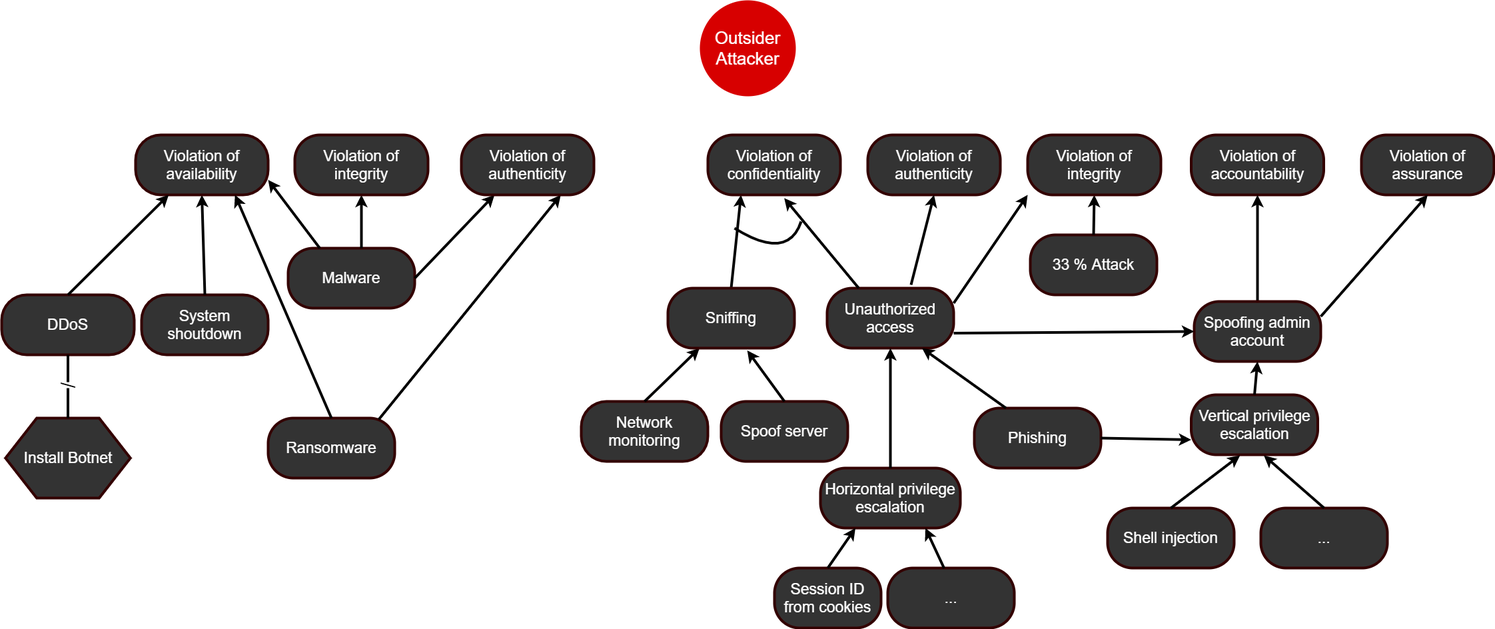
This is png/Outsider attack trees.png from marzdeveloper/SoftwareCybersecurity, a draw.io export, as it was before one commit. Source tidied: cells renumbered, new cells last; positions are measured from the earlier drawing's top-left corner, leaving out a move shared by most shapes.
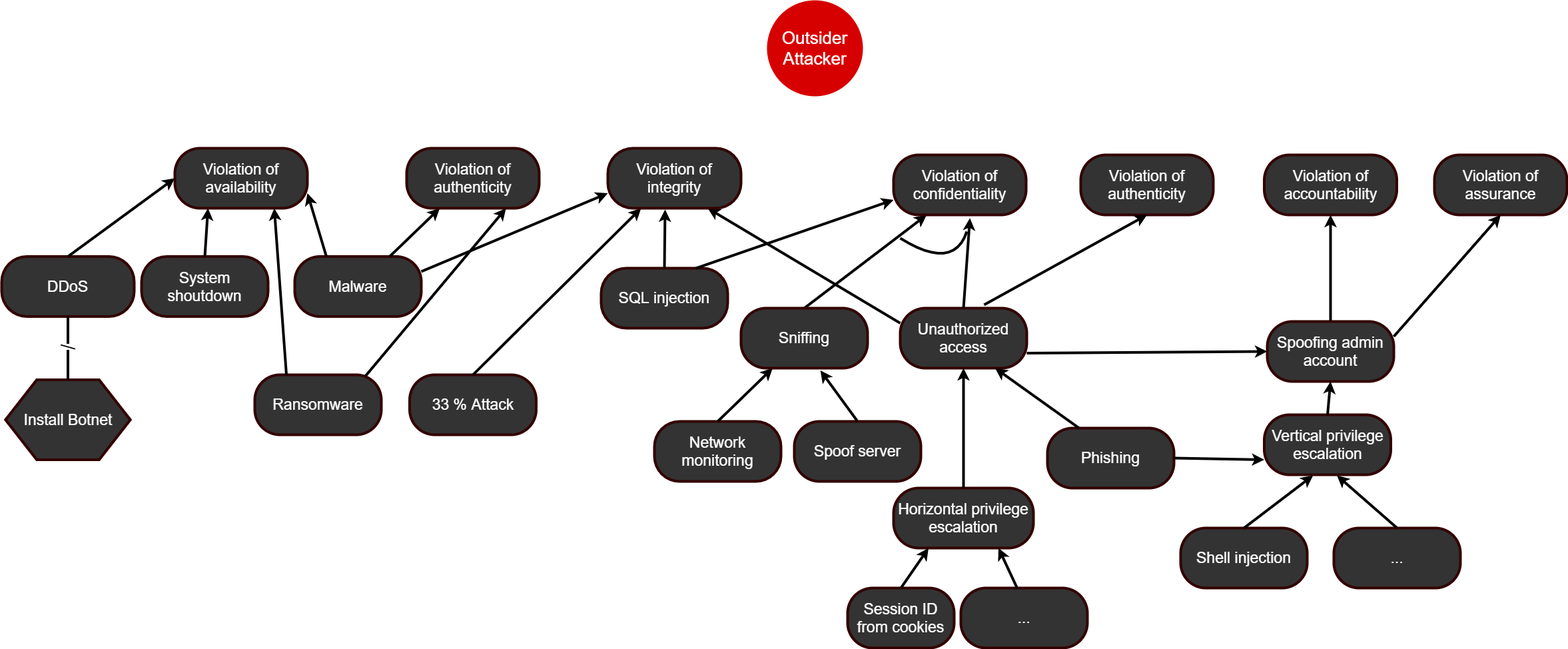
The same file after the commit.

Change to the diagram source:
```diff
@@ -3,10 +3,10 @@
     <mxCell id="0" />
     <mxCell id="1" parent="0" />
     <mxCell id="2" value="&lt;font color=&quot;#ffffff&quot; style=&quot;font-size: 26px&quot;&gt;Outsider&lt;br&gt;Attacker&lt;br&gt;&lt;/font&gt;" style="ellipse;whiteSpace=wrap;html=1;strokeColor=#D70000;strokeWidth=4;fillColor=#D70000;gradientColor=none;" parent="1" vertex="1">
-      <mxGeometry x="1050" width="140" height="140" as="geometry" />
+      <mxGeometry x="1041" y="-30" width="140" height="140" as="geometry" />
     </mxCell>
     <mxCell id="3" value="&lt;font color=&quot;#ffffff&quot; style=&quot;font-size: 23px&quot;&gt;Violation of authenticity&lt;/font&gt;" style="rounded=1;whiteSpace=wrap;html=1;strokeColor=#330000;strokeWidth=4;fillColor=#333333;gradientColor=none;arcSize=42;" parent="1" vertex="1">
-      <mxGeometry x="1300" y="200" width="199" height="90" as="geometry" />
+      <mxGeometry x="1510" y="200" width="199" height="90" as="geometry" />
     </mxCell>
     <mxCell id="4" value="&lt;font color=&quot;#ffffff&quot; style=&quot;font-size: 23px&quot;&gt;Violation of accountability&lt;/font&gt;" style="rounded=1;whiteSpace=wrap;html=1;strokeColor=#330000;strokeWidth=4;fillColor=#333333;gradientColor=none;arcSize=42;" parent="1" vertex="1">
       <mxGeometry x="1785.5" y="200" width="199" height="90" as="geometry" />
@@ -17,9 +17,9 @@
       </mxGeometry>
     </mxCell>
     <mxCell id="6" value="&lt;font color=&quot;#ffffff&quot;&gt;&lt;span style=&quot;font-size: 23px&quot;&gt;System shoutdown&lt;/span&gt;&lt;/font&gt;" style="rounded=1;whiteSpace=wrap;html=1;strokeColor=#330000;strokeWidth=4;fillColor=#333333;gradientColor=none;arcSize=42;" parent="1" vertex="1">
-      <mxGeometry x="210" y="440" width="190" height="90" as="geometry" />
+      <mxGeometry x="100" y="352.5" width="190" height="90" as="geometry" />
     </mxCell>
-    <mxCell id="7" style="endArrow=classic;html=1;strokeColor=#000000;strokeWidth=4;fontColor=#FFD966;entryX=0.5;entryY=1;entryDx=0;entryDy=0;exitX=0.5;exitY=0;exitDx=0;exitDy=0;" parent="1" edge="1" source="6" target="28">
+    <mxCell id="7" style="endArrow=classic;html=1;strokeColor=#000000;strokeWidth=4;fontColor=#FFD966;entryX=0.25;entryY=1;entryDx=0;entryDy=0;exitX=0.5;exitY=0;exitDx=0;exitDy=0;" parent="1" edge="1" source="6" target="28">
       <mxGeometry relative="1" as="geometry" />
     </mxCell>
     <mxCell id="8" value="&lt;font color=&quot;#ffffff&quot;&gt;&lt;span style=&quot;font-size: 23px&quot;&gt;Unauthorized access&lt;/span&gt;&lt;/font&gt;" style="rounded=1;whiteSpace=wrap;html=1;strokeColor=#330000;strokeWidth=4;fillColor=#333333;gradientColor=none;arcSize=42;" parent="1" vertex="1">
@@ -34,15 +34,15 @@
     <mxCell id="11" style="endArrow=classic;html=1;strokeColor=#000000;strokeWidth=4;fontColor=#FFD966;entryX=0.25;entryY=1;entryDx=0;entryDy=0;exitX=0.5;exitY=0;exitDx=0;exitDy=0;" parent="1" edge="1" source="54" target="52">
       <mxGeometry relative="1" as="geometry" />
     </mxCell>
-    <mxCell id="12" style="endArrow=classic;html=1;strokeColor=#000000;strokeWidth=4;fontColor=#FFD966;entryX=0;entryY=1;entryDx=0;entryDy=0;exitX=1;exitY=0.25;exitDx=0;exitDy=0;" parent="1" edge="1" source="8" target="53">
+    <mxCell id="12" style="endArrow=classic;html=1;strokeColor=#000000;strokeWidth=4;fontColor=#FFD966;entryX=0.75;entryY=1;entryDx=0;entryDy=0;exitX=0;exitY=0.25;exitDx=0;exitDy=0;" parent="1" edge="1" source="8" target="53">
       <mxGeometry relative="1" as="geometry" />
     </mxCell>
     <mxCell id="13" style="endArrow=none;html=1;strokeColor=#000000;strokeWidth=4;fontColor=#FFD966;curved=1;" parent="1" edge="1">
       <mxGeometry relative="1" as="geometry">
-        <mxPoint x="1100" y="340" as="sourcePoint" />
-        <mxPoint x="1200" y="330" as="targetPoint" />
+        <mxPoint x="1239" y="325" as="sourcePoint" />
+        <mxPoint x="1339" y="315" as="targetPoint" />
         <Array as="points">
-          <mxPoint x="1180" y="390" />
+          <mxPoint x="1319" y="375" />
         </Array>
       </mxGeometry>
     </mxCell>
@@ -89,24 +89,24 @@
       <mxGeometry relative="1" as="geometry" />
     </mxCell>
     <mxCell id="28" value="&lt;font color=&quot;#ffffff&quot; style=&quot;font-size: 23px&quot;&gt;Violation of availability&lt;/font&gt;" style="rounded=1;whiteSpace=wrap;html=1;strokeColor=#330000;strokeWidth=4;fillColor=#333333;gradientColor=none;arcSize=42;" parent="1" vertex="1">
-      <mxGeometry x="201" y="200" width="199" height="90" as="geometry" />
+      <mxGeometry x="150" y="190" width="199" height="90" as="geometry" />
     </mxCell>
     <mxCell id="29" value="&lt;font color=&quot;#ffffff&quot; style=&quot;font-size: 23px&quot;&gt;DDoS&lt;/font&gt;" style="rounded=1;whiteSpace=wrap;html=1;strokeColor=#330000;strokeWidth=4;fillColor=#333333;gradientColor=none;arcSize=42;" parent="1" vertex="1">
-      <mxGeometry y="440" width="199" height="90" as="geometry" />
+      <mxGeometry x="-110" y="352.5" width="199" height="90" as="geometry" />
     </mxCell>
-    <mxCell id="30" style="endArrow=classic;html=1;strokeColor=#000000;strokeWidth=4;fontColor=#FFD966;exitX=0.5;exitY=0;exitDx=0;exitDy=0;entryX=0.25;entryY=1;entryDx=0;entryDy=0;" parent="1" edge="1" source="29" target="28">
+    <mxCell id="30" style="endArrow=classic;html=1;strokeColor=#000000;strokeWidth=4;fontColor=#FFD966;exitX=0.5;exitY=0;exitDx=0;exitDy=0;entryX=0;entryY=0.5;entryDx=0;entryDy=0;" parent="1" edge="1" source="29" target="28">
       <mxGeometry relative="1" as="geometry" />
     </mxCell>
     <mxCell id="31" value="&lt;font style=&quot;font-size: 23px&quot;&gt;Install Botnet&lt;/font&gt;" style="shape=hexagon;perimeter=hexagonPerimeter2;whiteSpace=wrap;html=1;fillColor=#333333;fontColor=#FFFFFF;rounded=0;strokeWidth=4;strokeColor=#330000;" parent="1" vertex="1">
-      <mxGeometry x="5.8" y="625" width="187.5" height="120" as="geometry" />
+      <mxGeometry x="-104.2" y="537.5" width="187.5" height="120" as="geometry" />
     </mxCell>
     <mxCell id="32" value="/" style="endArrow=none;html=1;fontColor=#000000;exitX=0.5;exitY=0;exitDx=0;exitDy=0;entryX=0.5;entryY=1;entryDx=0;entryDy=0;strokeWidth=4;horizontal=0;fontSize=30;" parent="1" edge="1" source="31" target="29">
       <mxGeometry relative="1" as="geometry" />
     </mxCell>
     <mxCell id="33" value="&lt;font color=&quot;#ffffff&quot;&gt;&lt;span style=&quot;font-size: 23px&quot;&gt;33 % Attack&lt;/span&gt;&lt;/font&gt;" style="rounded=1;whiteSpace=wrap;html=1;strokeColor=#330000;strokeWidth=4;fillColor=#333333;gradientColor=none;arcSize=42;" parent="1" vertex="1">
-      <mxGeometry x="1544" y="350" width="190" height="90" as="geometry" />
+      <mxGeometry x="502.5" y="530" width="190" height="90" as="geometry" />
     </mxCell>
-    <mxCell id="34" style="endArrow=classic;html=1;strokeColor=#000000;strokeWidth=4;fontColor=#FFD966;entryX=0.5;entryY=1;entryDx=0;entryDy=0;exitX=0.5;exitY=0;exitDx=0;exitDy=0;" parent="1" edge="1" source="33" target="53">
+    <mxCell id="34" style="endArrow=classic;html=1;strokeColor=#000000;strokeWidth=4;fontColor=#FFD966;entryX=0.25;entryY=1;entryDx=0;entryDy=0;exitX=0.5;exitY=0;exitDx=0;exitDy=0;" parent="1" edge="1" source="33" target="53">
       <mxGeometry relative="1" as="geometry" />
     </mxCell>
     <mxCell id="35" value="&lt;font color=&quot;#ffffff&quot;&gt;&lt;span style=&quot;font-size: 23px&quot;&gt;Vertical privilege escalation&lt;/span&gt;&lt;/font&gt;" style="rounded=1;whiteSpace=wrap;html=1;strokeColor=#330000;strokeWidth=4;fillColor=#333333;gradientColor=none;arcSize=42;" parent="1" vertex="1">
@@ -128,26 +128,24 @@
       <mxGeometry relative="1" as="geometry" />
     </mxCell>
     <mxCell id="41" value="&lt;font color=&quot;#ffffff&quot;&gt;&lt;span style=&quot;font-size: 23px&quot;&gt;Malware&lt;/span&gt;&lt;/font&gt;" style="rounded=1;whiteSpace=wrap;html=1;strokeColor=#330000;strokeWidth=4;fillColor=#333333;gradientColor=none;arcSize=42;" parent="1" vertex="1">
-      <mxGeometry x="430" y="370" width="190" height="90" as="geometry" />
+      <mxGeometry x="330" y="352.5" width="190" height="90" as="geometry" />
     </mxCell>
     <mxCell id="42" value="&lt;font color=&quot;#ffffff&quot;&gt;&lt;span style=&quot;font-size: 23px&quot;&gt;Ransomware&lt;/span&gt;&lt;/font&gt;" style="rounded=1;whiteSpace=wrap;html=1;strokeColor=#330000;strokeWidth=4;fillColor=#333333;gradientColor=none;arcSize=42;" parent="1" vertex="1">
-      <mxGeometry x="400" y="625" width="190" height="90" as="geometry" />
+      <mxGeometry x="270" y="530" width="190" height="90" as="geometry" />
     </mxCell>
-    <mxCell id="43" style="endArrow=classic;html=1;strokeColor=#000000;strokeWidth=4;fontColor=#FFD966;entryX=0.5;entryY=1;entryDx=0;entryDy=0;" parent="1" edge="1" target="55">
-      <mxGeometry relative="1" as="geometry">
-        <mxPoint x="540" y="370" as="sourcePoint" />
-      </mxGeometry>
+    <mxCell id="43" style="endArrow=classic;html=1;strokeColor=#000000;strokeWidth=4;fontColor=#FFD966;entryX=0;entryY=0.75;entryDx=0;entryDy=0;exitX=1;exitY=0.25;exitDx=0;exitDy=0;" parent="1" edge="1" source="41" target="53">
+      <mxGeometry relative="1" as="geometry" />
     </mxCell>
     <mxCell id="44" style="endArrow=classic;html=1;strokeColor=#000000;strokeWidth=4;fontColor=#FFD966;exitX=0.25;exitY=0;exitDx=0;exitDy=0;entryX=1;entryY=0.75;entryDx=0;entryDy=0;" parent="1" edge="1" source="41" target="28">
       <mxGeometry relative="1" as="geometry" />
     </mxCell>
-    <mxCell id="45" style="endArrow=classic;html=1;strokeColor=#000000;strokeWidth=4;fontColor=#FFD966;exitX=1;exitY=0.5;exitDx=0;exitDy=0;entryX=0.25;entryY=1;entryDx=0;entryDy=0;" parent="1" edge="1" source="41" target="56">
+    <mxCell id="45" style="endArrow=classic;html=1;strokeColor=#000000;strokeWidth=4;fontColor=#FFD966;exitX=0.75;exitY=0;exitDx=0;exitDy=0;entryX=0.25;entryY=1;entryDx=0;entryDy=0;" parent="1" edge="1" source="41" target="56">
       <mxGeometry relative="1" as="geometry" />
     </mxCell>
-    <mxCell id="46" style="endArrow=classic;html=1;strokeColor=#000000;strokeWidth=4;fontColor=#FFD966;entryX=0.576;entryY=1.054;entryDx=0;entryDy=0;exitX=0.25;exitY=0;exitDx=0;exitDy=0;entryPerimeter=0;" parent="1" edge="1" source="8" target="52">
+    <mxCell id="46" style="endArrow=classic;html=1;strokeColor=#000000;strokeWidth=4;fontColor=#FFD966;entryX=0.576;entryY=1.054;entryDx=0;entryDy=0;exitX=0.5;exitY=0;exitDx=0;exitDy=0;entryPerimeter=0;" parent="1" edge="1" source="8" target="52">
       <mxGeometry relative="1" as="geometry" />
     </mxCell>
-    <mxCell id="47" style="endArrow=classic;html=1;strokeColor=#000000;strokeWidth=4;fontColor=#FFD966;exitX=0.5;exitY=0;exitDx=0;exitDy=0;entryX=0.75;entryY=1;entryDx=0;entryDy=0;" parent="1" edge="1" source="42" target="28">
+    <mxCell id="47" style="endArrow=classic;html=1;strokeColor=#000000;strokeWidth=4;fontColor=#FFD966;exitX=0.25;exitY=0;exitDx=0;exitDy=0;entryX=0.75;entryY=1;entryDx=0;entryDy=0;" parent="1" edge="1" source="42" target="28">
       <mxGeometry relative="1" as="geometry" />
     </mxCell>
     <mxCell id="48" style="endArrow=classic;html=1;strokeColor=#000000;strokeWidth=4;fontColor=#FFD966;exitX=0.874;exitY=0.022;exitDx=0;exitDy=0;entryX=0.75;entryY=1;entryDx=0;entryDy=0;exitPerimeter=0;" parent="1" edge="1" source="42" target="56">
@@ -163,19 +161,25 @@
       <mxGeometry relative="1" as="geometry" />
     </mxCell>
     <mxCell id="52" value="&lt;font color=&quot;#ffffff&quot; style=&quot;font-size: 23px&quot;&gt;Violation of confidentiality&lt;/font&gt;&lt;span style=&quot;font-family: monospace ; font-size: 0px&quot;&gt;3CmxGraphModel%3E%3Croot%3E%3CmxCell%20id%3D%220%22%2F%3E%3CmxCell%20id%3D%221%22%20parent%3D%220%22%2F%3E%3CmxCell%20id%3D%222%22%20value%3D%22%26lt%3Bfont%20color%3D%26quot%3B%23ffffff%26quot%3B%20style%3D%26quot%3Bfont-size%3A%2023px%26quot%3B%26gt%3BViolation%20of%20availability%26lt%3B%2Ffont%26gt%3B%22%20style%3D%22rounded%3D1%3BwhiteSpace%3Dwrap%3Bhtml%3D1%3BstrokeColor%3D%23330000%3BstrokeWidth%3D4%3BfillColor%3D%23333333%3BgradientColor%3Dnone%3BarcSize%3D42%3B%22%20vertex%3D%221%22%20parent%3D%221%22%3E%3CmxGeometry%20x%3D%22530%22%20y%3D%22260%22%20width%3D%22199%22%20height%3D%2290%22%20as%3D%22geometry%22%2F%3E%3C%2FmxCell%3E%3C%2Froot%3E%3C%2FmxGraphModel%3E&lt;/span&gt;" style="rounded=1;whiteSpace=wrap;html=1;strokeColor=#330000;strokeWidth=4;fillColor=#333333;gradientColor=none;arcSize=42;" parent="1" vertex="1">
-      <mxGeometry x="1060" y="200" width="199" height="90" as="geometry" />
+      <mxGeometry x="1229" y="200" width="199" height="90" as="geometry" />
     </mxCell>
     <mxCell id="53" value="&lt;font color=&quot;#ffffff&quot; style=&quot;font-size: 23px&quot;&gt;Violation of integrity&lt;/font&gt;&lt;span style=&quot;font-family: monospace ; font-size: 0px&quot;&gt;%3CmxGraphModel%3E%3Croot%3E%3CmxCell%20id%3D%220%22%2F%3E%3CmxCell%20id%3D%221%22%20parent%3D%220%22%2F%3E%3CmxCell%20id%3D%222%22%20value%3D%22%26lt%3Bfont%20color%3D%26quot%3B%23ffffff%26quot%3B%20style%3D%26quot%3Bfont-size%3A%2023px%26quot%3B%26gt%3BViolation%20of%20availability%26lt%3B%2Ffont%26gt%3B%22%20style%3D%22rounded%3D1%3BwhiteSpace%3Dwrap%3Bhtml%3D1%3BstrokeColor%3D%23330000%3BstrokeWidth%3D4%3BfillColor%3D%23333333%3BgradientColor%3Dnone%3BarcSize%3D42%3B%22%20vertex%3D%221%22%20parent%3D%221%22%3E%3CmxGeometry%20x%3D%22530%22%20y%3D%22260%22%20width%3D%22199%22%20height%3D%2290%22%20as%3D%22geometry%22%2F%3E%3C%2FmxCell%3E%3C%2Froot%3E%3C%2FmxGraphModel%3E&lt;/span&gt;" style="rounded=1;whiteSpace=wrap;html=1;strokeColor=#330000;strokeWidth=4;fillColor=#333333;gradientColor=none;arcSize=42;" parent="1" vertex="1">
-      <mxGeometry x="1540" y="200" width="200" height="90" as="geometry" />
+      <mxGeometry x="800" y="190" width="200" height="90" as="geometry" />
     </mxCell>
     <mxCell id="54" value="&lt;font color=&quot;#ffffff&quot;&gt;&lt;span style=&quot;font-size: 23px&quot;&gt;Sniffing&lt;/span&gt;&lt;/font&gt;" style="rounded=1;whiteSpace=wrap;html=1;strokeColor=#330000;strokeWidth=4;fillColor=#333333;gradientColor=none;arcSize=42;" parent="1" vertex="1">
       <mxGeometry x="1000" y="430" width="190" height="90" as="geometry" />
     </mxCell>
-    <mxCell id="55" value="&lt;font color=&quot;#ffffff&quot; style=&quot;font-size: 23px&quot;&gt;Violation of integrity&lt;/font&gt;&lt;span style=&quot;font-family: monospace ; font-size: 0px&quot;&gt;%3CmxGraphModel%3E%3Croot%3E%3CmxCell%20id%3D%220%22%2F%3E%3CmxCell%20id%3D%221%22%20parent%3D%220%22%2F%3E%3CmxCell%20id%3D%222%22%20value%3D%22%26lt%3Bfont%20color%3D%26quot%3B%23ffffff%26quot%3B%20style%3D%26quot%3Bfont-size%3A%2023px%26quot%3B%26gt%3BViolation%20of%20availability%26lt%3B%2Ffont%26gt%3B%22%20style%3D%22rounded%3D1%3BwhiteSpace%3Dwrap%3Bhtml%3D1%3BstrokeColor%3D%23330000%3BstrokeWidth%3D4%3BfillColor%3D%23333333%3BgradientColor%3Dnone%3BarcSize%3D42%3B%22%20vertex%3D%221%22%20parent%3D%221%22%3E%3CmxGeometry%20x%3D%22530%22%20y%3D%22260%22%20width%3D%22199%22%20height%3D%2290%22%20as%3D%22geometry%22%2F%3E%3C%2FmxCell%3E%3C%2Froot%3E%3C%2FmxGraphModel%3E&lt;/span&gt;" style="rounded=1;whiteSpace=wrap;html=1;strokeColor=#330000;strokeWidth=4;fillColor=#333333;gradientColor=none;arcSize=42;" parent="1" vertex="1">
-      <mxGeometry x="440" y="200" width="200" height="90" as="geometry" />
-    </mxCell>
     <mxCell id="56" value="&lt;font color=&quot;#ffffff&quot; style=&quot;font-size: 23px&quot;&gt;Violation of authenticity&lt;/font&gt;" style="rounded=1;whiteSpace=wrap;html=1;strokeColor=#330000;strokeWidth=4;fillColor=#333333;gradientColor=none;arcSize=42;" parent="1" vertex="1">
-      <mxGeometry x="690" y="200" width="199" height="90" as="geometry" />
+      <mxGeometry x="498" y="190" width="199" height="90" as="geometry" />
     </mxCell>
+    <mxCell id="57" value="&lt;font color=&quot;#ffffff&quot;&gt;&lt;span style=&quot;font-size: 23px&quot;&gt;SQL injection&lt;/span&gt;&lt;/font&gt;" style="rounded=1;whiteSpace=wrap;html=1;strokeColor=#330000;strokeWidth=4;fillColor=#333333;gradientColor=none;arcSize=42;" parent="1" vertex="1">
+      <mxGeometry x="790" y="370" width="190" height="90" as="geometry" />
+    </mxCell>
+    <mxCell id="58" style="endArrow=classic;html=1;strokeColor=#000000;strokeWidth=4;fontColor=#FFD966;exitX=0.5;exitY=0;exitDx=0;exitDy=0;entryX=0.43;entryY=1.022;entryDx=0;entryDy=0;entryPerimeter=0;" parent="1" edge="1" source="57" target="53">
+      <mxGeometry relative="1" as="geometry" />
+    </mxCell>
+    <mxCell id="59" style="endArrow=classic;html=1;strokeColor=#000000;strokeWidth=4;fontColor=#FFD966;entryX=0;entryY=0.75;entryDx=0;entryDy=0;exitX=0.75;exitY=0;exitDx=0;exitDy=0;" parent="1" edge="1" source="57" target="52">
+      <mxGeometry relative="1" as="geometry" />
+    </mxCell>
   </root>
 </mxGraphModel>
```
